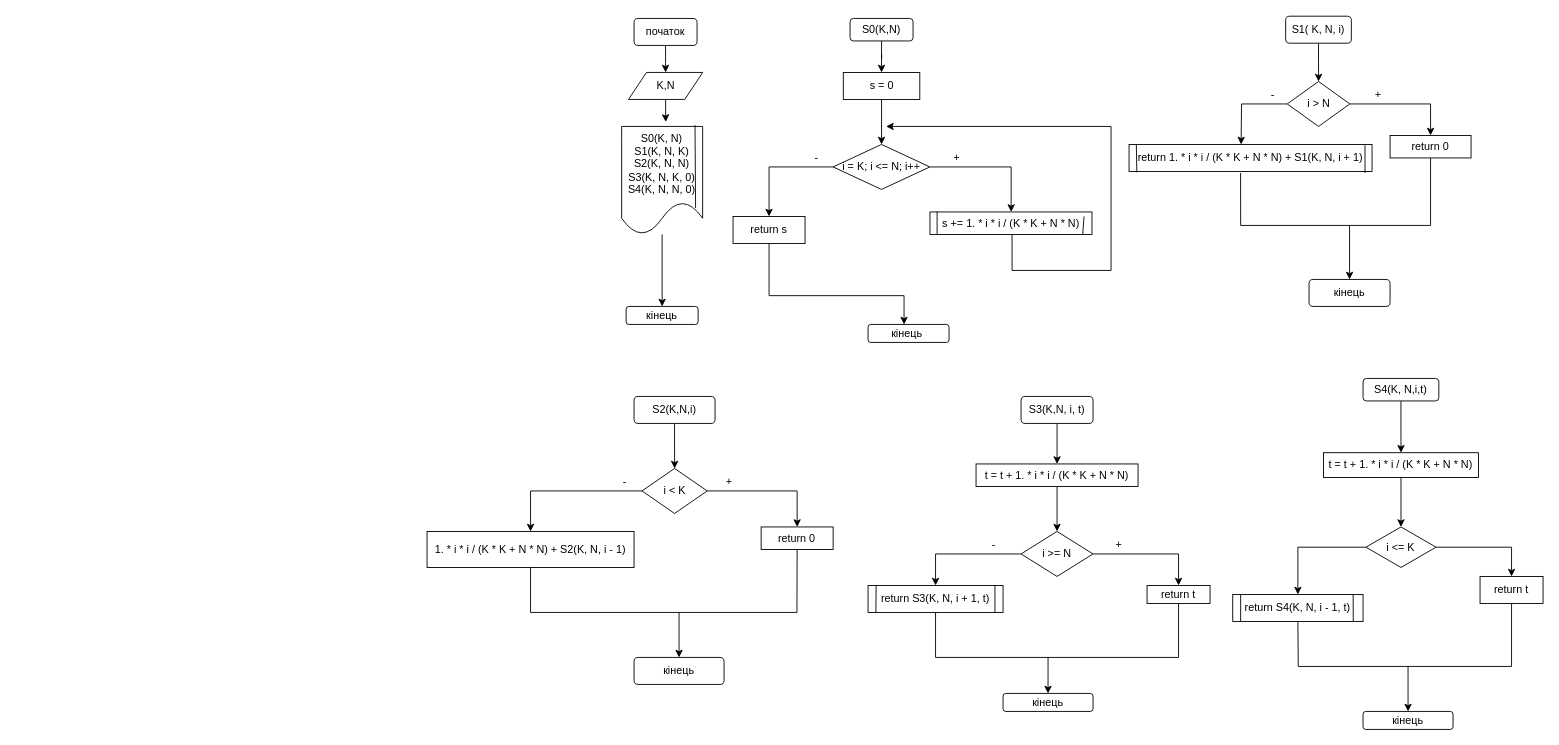
Sofiia213/Project14 keeps this draw.io diagram as page "Страница 1" (1 of 3) of Диаграмма без названия.drawio. Above is the earlier version. Source tidied: cells renumbered, new cells numbered last; positions are measured from the earlier drawing's top-left corner, leaving out a move shared by most shapes. Both pictures are drawn from the tidied source at 90%, with x=0, y=0 at pixel (427, 16).
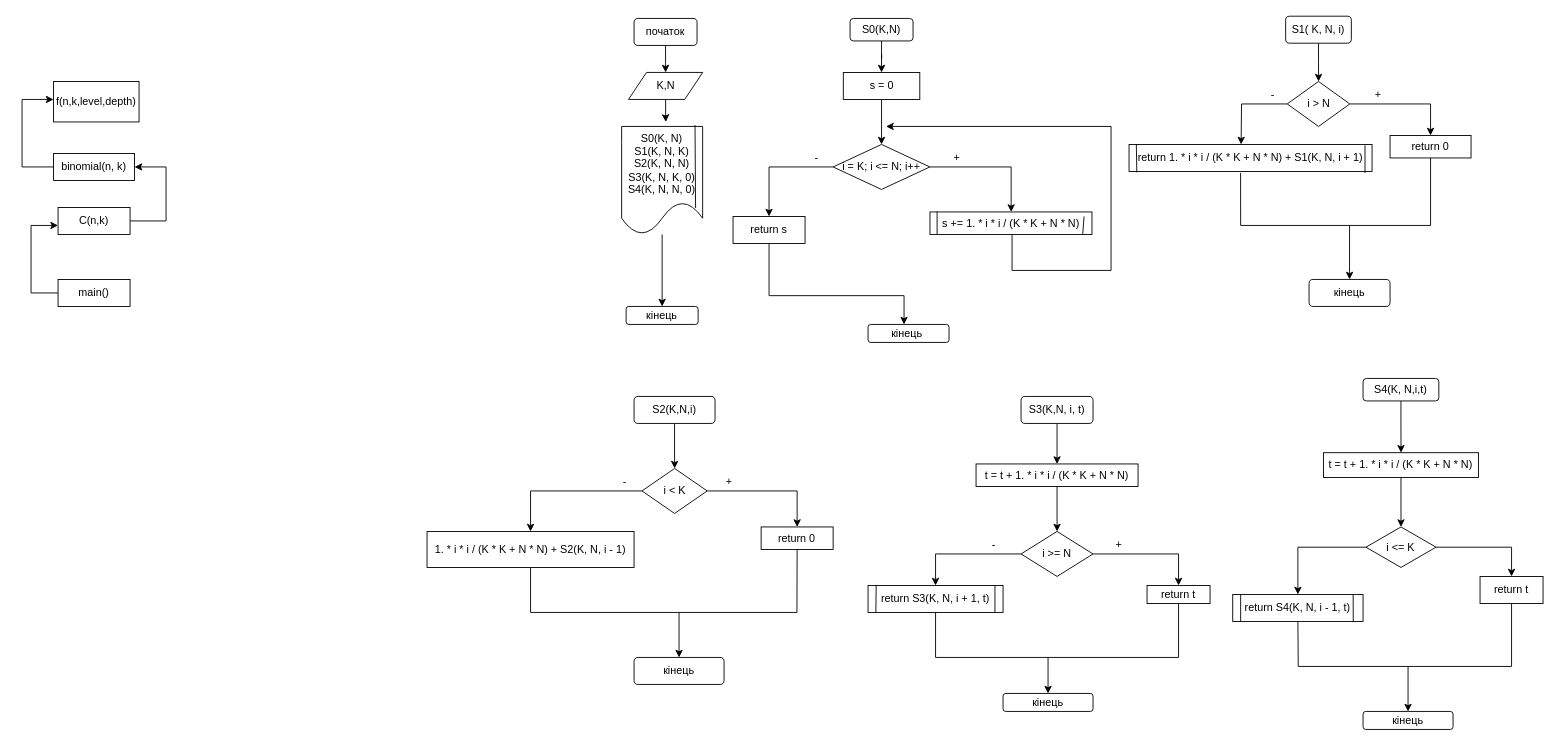
After the change.

What changed in the source:
```diff
@@
+    <mxCell id="83" style="edgeStyle=orthogonalEdgeStyle;rounded=0;jettySize=auto;html=1;" parent="1" edge="1" source="84" target="86">
+      <mxGeometry relative="1" as="geometry">
+        <Array as="points">
+          <mxPoint x="-440" y="307" />
+          <mxPoint x="-440" y="232" />
+        </Array>
+      </mxGeometry>
+    </mxCell>
+    <mxCell id="84" value="main()" style="rounded=0;whiteSpace=wrap;html=1;" parent="1" vertex="1">
+      <mxGeometry x="-410" y="292" width="80" height="30" as="geometry" />
+    </mxCell>
+    <mxCell id="85" style="edgeStyle=orthogonalEdgeStyle;rounded=0;jettySize=auto;html=1;" parent="1" edge="1" source="86" target="88">
+      <mxGeometry relative="1" as="geometry">
+        <Array as="points">
+          <mxPoint x="-290" y="227" />
+          <mxPoint x="-290" y="167" />
+          <mxPoint x="-330" y="167" />
+        </Array>
+      </mxGeometry>
+    </mxCell>
+    <mxCell id="86" value="C(n,k)" style="rounded=0;whiteSpace=wrap;html=1;" parent="1" vertex="1">
+      <mxGeometry x="-410" y="212" width="80" height="30" as="geometry" />
+    </mxCell>
+    <mxCell id="87" style="edgeStyle=orthogonalEdgeStyle;rounded=0;jettySize=auto;html=1;" parent="1" edge="1" source="88" target="89">
+      <mxGeometry relative="1" as="geometry">
+        <Array as="points">
+          <mxPoint x="-450" y="167" />
+          <mxPoint x="-450" y="92" />
+        </Array>
+      </mxGeometry>
+    </mxCell>
+    <mxCell id="88" value="binomial(n, k)" style="rounded=0;whiteSpace=wrap;html=1;" parent="1" vertex="1">
+      <mxGeometry x="-415" y="152" width="90" height="30" as="geometry" />
+    </mxCell>
+    <mxCell id="89" value="f(n,k,level,depth)" style="rounded=0;whiteSpace=wrap;html=1;" parent="1" vertex="1">
+      <mxGeometry x="-415" y="72" width="95" height="45" as="geometry" />
+    </mxCell>
```
